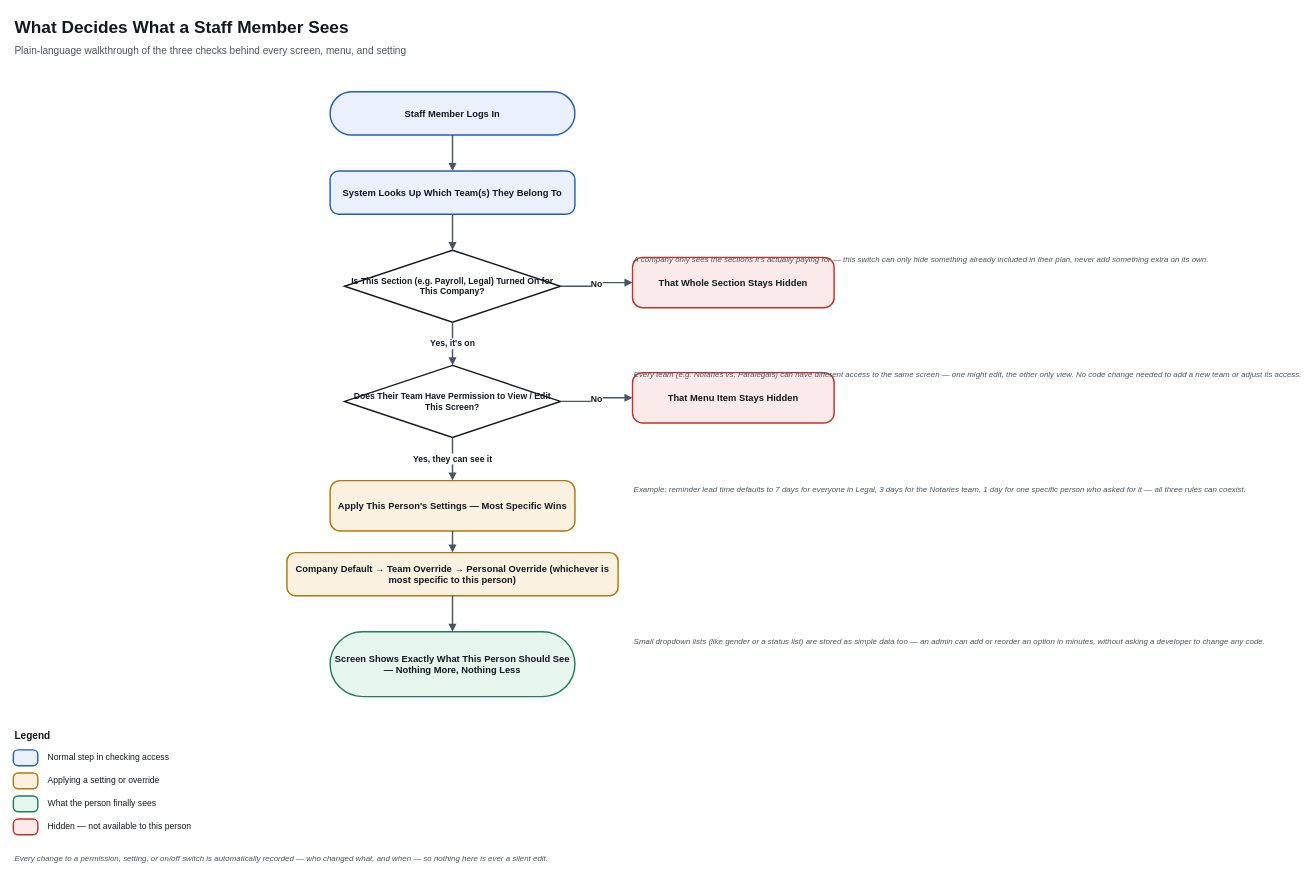
andrych17/qualiv_project keeps this draw.io diagram as app/Modules/SysConfig/SYSCONFIG_FLOW.drawio. Above is the earlier version. Source tidied: cells renumbered, new cells numbered last; positions are measured from the earlier drawing's top-left corner, leaving out a move shared by most shapes. Both pictures are drawn from the tidied source at 72%, with x=0, y=0 at pixel (13, 12).
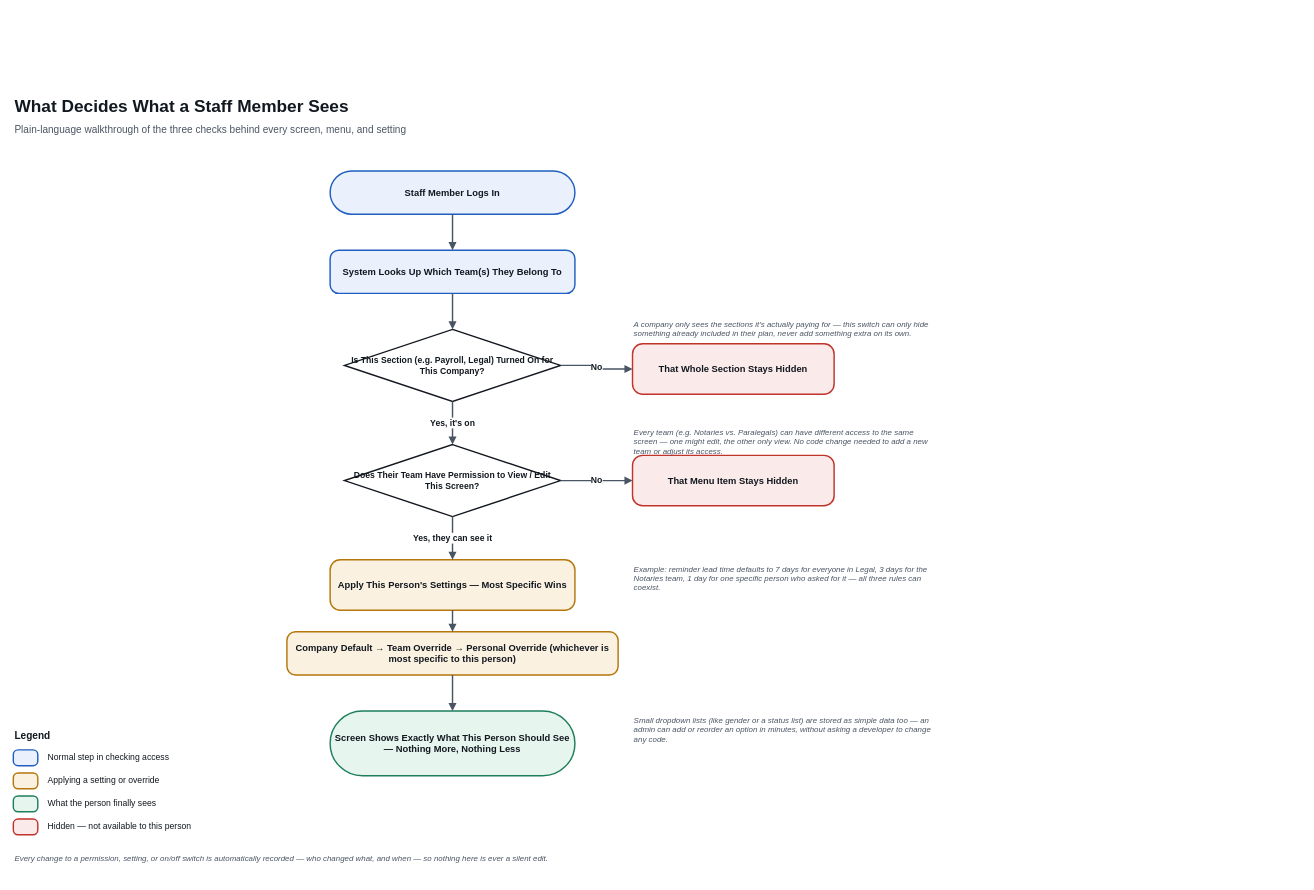
The same page after the edit.

Diff of the diagram source:
```diff
@@
     <mxCell id="2" value="What Decides What a Staff Member Sees" style="text;html=1;fontSize=24;fontStyle=1;fontColor=#12181F;align=left;" parent="1" vertex="1">
-      <mxGeometry width="900" height="36" as="geometry" />
+      <mxGeometry y="110" width="900" height="36" as="geometry" />
     </mxCell>
     <mxCell id="3" value="Plain-language walkthrough of the three checks behind every screen, menu, and setting" style="text;html=1;fontSize=14;fontColor=#4A5563;align=left;" parent="1" vertex="1">
-      <mxGeometry y="38" width="900" height="24" as="geometry" />
+      <mxGeometry y="148" width="900" height="24" as="geometry" />
     </mxCell>
     <mxCell id="4" value="Staff Member Logs In" style="rounded=1;arcSize=50;whiteSpace=wrap;html=1;fillColor=#EAF1FC;strokeColor=#1F5FBF;strokeWidth=2;fontSize=13;fontStyle=1;fontColor=#12181F;" parent="1" vertex="1">
-      <mxGeometry x="440" y="110" width="340" height="60" as="geometry" />
+      <mxGeometry x="440" y="220" width="340" height="60" as="geometry" />
     </mxCell>
     <mxCell id="5" value="System Looks Up Which Team(s) They Belong To" style="rounded=1;arcSize=20;whiteSpace=wrap;html=1;fillColor=#EAF1FC;strokeColor=#1F5FBF;strokeWidth=2;fontSize=13;fontStyle=1;fontColor=#12181F;" parent="1" vertex="1">
-      <mxGeometry x="440" y="220" width="340" height="60" as="geometry" />
+      <mxGeometry x="440" y="330" width="340" height="60" as="geometry" />
     </mxCell>
     <mxCell id="6" value="Is This Section (e.g. Payroll, Legal) Turned On for This Company?" style="rhombus;whiteSpace=wrap;html=1;fillColor=#FFFFFF;strokeColor=#12181F;strokeWidth=2;fontSize=12;fontStyle=1;fontColor=#12181F;" parent="1" vertex="1">
-      <mxGeometry x="460" y="330" width="300" height="100" as="geometry" />
+      <mxGeometry x="460" y="440" width="300" height="100" as="geometry" />
     </mxCell>
     <mxCell id="7" value="That Whole Section Stays Hidden" style="rounded=1;arcSize=20;whiteSpace=wrap;html=1;fillColor=#FBEAEA;strokeColor=#C1332B;strokeWidth=2;fontSize=13;fontStyle=1;fontColor=#12181F;" parent="1" vertex="1">
-      <mxGeometry x="860" y="340" width="280" height="70" as="geometry" />
+      <mxGeometry x="860" y="460" width="280" height="70" as="geometry" />
     </mxCell>
     <mxCell id="8" value="Does Their Team Have Permission to View / Edit This Screen?" style="rhombus;whiteSpace=wrap;html=1;fillColor=#FFFFFF;strokeColor=#12181F;strokeWidth=2;fontSize=12;fontStyle=1;fontColor=#12181F;" parent="1" vertex="1">
-      <mxGeometry x="460" y="490" width="300" height="100" as="geometry" />
+      <mxGeometry x="460" y="600" width="300" height="100" as="geometry" />
     </mxCell>
     <mxCell id="9" value="That Menu Item Stays Hidden" style="rounded=1;arcSize=20;whiteSpace=wrap;html=1;fillColor=#FBEAEA;strokeColor=#C1332B;strokeWidth=2;fontSize=13;fontStyle=1;fontColor=#12181F;" parent="1" vertex="1">
-      <mxGeometry x="860" y="500" width="280" height="70" as="geometry" />
+      <mxGeometry x="860" y="615" width="280" height="70" as="geometry" />
     </mxCell>
     <mxCell id="10" value="Apply This Person's Settings — Most Specific Wins" style="rounded=1;arcSize=20;whiteSpace=wrap;html=1;fillColor=#FBF1E1;strokeColor=#B5760A;strokeWidth=2;fontSize=13;fontStyle=1;fontColor=#12181F;" parent="1" vertex="1">
-      <mxGeometry x="440" y="650" width="340" height="70" as="geometry" />
+      <mxGeometry x="440" y="760" width="340" height="70" as="geometry" />
     </mxCell>
     <mxCell id="11" value="Company Default  →  Team Override  →  Personal Override (whichever is most specific to this person)" style="rounded=1;arcSize=20;whiteSpace=wrap;html=1;fillColor=#FBF1E1;strokeColor=#B5760A;strokeWidth=2;fontSize=13;fontStyle=1;fontColor=#12181F;" parent="1" vertex="1">
-      <mxGeometry x="380" y="750" width="460" height="60" as="geometry" />
+      <mxGeometry x="380" y="860" width="460" height="60" as="geometry" />
     </mxCell>
     <mxCell id="12" value="Screen Shows Exactly What This Person Should See — Nothing More, Nothing Less" style="rounded=1;arcSize=50;whiteSpace=wrap;html=1;fillColor=#E7F5EF;strokeColor=#1E7F5C;strokeWidth=2;fontSize=13;fontStyle=1;fontColor=#12181F;" parent="1" vertex="1">
-      <mxGeometry x="440" y="860" width="340" height="90" as="geometry" />
+      <mxGeometry x="440" y="970" width="340" height="90" as="geometry" />
     </mxCell>
@@
-    <mxCell id="21" value="A company only sees the sections it's actually paying for — this switch can only hide something already included in their plan, never add something extra on its own." style="text;html=1;fontSize=11;fontColor=#4A5563;fontStyle=2;align=left;verticalAlign=top;" parent="1" vertex="1">
-      <mxGeometry x="860" y="330" width="420" height="60" as="geometry" />
+    <mxCell id="21" value="A company only sees the sections it's actually paying for — this switch can only hide something already included in their plan, never add something extra on its own." style="text;html=1;fontSize=11;fontColor=#4A5563;fontStyle=2;align=left;verticalAlign=top;whiteSpace=wrap;" parent="1" vertex="1">
+      <mxGeometry x="860" y="420" width="420" height="60" as="geometry" />
     </mxCell>
-    <mxCell id="22" value="Every team (e.g. Notaries vs. Paralegals) can have different access to the same screen — one might edit, the other only view. No code change needed to add a new team or adjust its access." style="text;html=1;fontSize=11;fontColor=#4A5563;fontStyle=2;align=left;verticalAlign=top;" parent="1" vertex="1">
-      <mxGeometry x="860" y="490" width="420" height="60" as="geometry" />
+    <mxCell id="22" value="Every team (e.g. Notaries vs. Paralegals) can have different access to the same screen — one might edit, the other only view. No code change needed to add a new team or adjust its access." style="text;html=1;fontSize=11;fontColor=#4A5563;fontStyle=2;align=left;verticalAlign=top;whiteSpace=wrap;" parent="1" vertex="1">
+      <mxGeometry x="860" y="570" width="420" height="60" as="geometry" />
     </mxCell>
-    <mxCell id="23" value="Example: reminder lead time defaults to 7 days for everyone in Legal, 3 days for the Notaries team, 1 day for one specific person who asked for it — all three rules can coexist." style="text;html=1;fontSize=11;fontColor=#4A5563;fontStyle=2;align=left;verticalAlign=top;" parent="1" vertex="1">
-      <mxGeometry x="860" y="650" width="420" height="80" as="geometry" />
+    <mxCell id="23" value="Example: reminder lead time defaults to 7 days for everyone in Legal, 3 days for the Notaries team, 1 day for one specific person who asked for it — all three rules can coexist." style="text;html=1;fontSize=11;fontColor=#4A5563;fontStyle=2;align=left;verticalAlign=top;whiteSpace=wrap;" parent="1" vertex="1">
+      <mxGeometry x="860" y="760" width="420" height="80" as="geometry" />
     </mxCell>
-    <mxCell id="24" value="Small dropdown lists (like gender or a status list) are stored as simple data too — an admin can add or reorder an option in minutes, without asking a developer to change any code." style="text;html=1;fontSize=11;fontColor=#4A5563;fontStyle=2;align=left;verticalAlign=top;" parent="1" vertex="1">
-      <mxGeometry x="860" y="860" width="420" height="70" as="geometry" />
+    <mxCell id="24" value="Small dropdown lists (like gender or a status list) are stored as simple data too — an admin can add or reorder an option in minutes, without asking a developer to change any code." style="text;html=1;fontSize=11;fontColor=#4A5563;fontStyle=2;align=left;verticalAlign=top;whiteSpace=wrap;" parent="1" vertex="1">
+      <mxGeometry x="860" y="970" width="420" height="70" as="geometry" />
     </mxCell>
```
